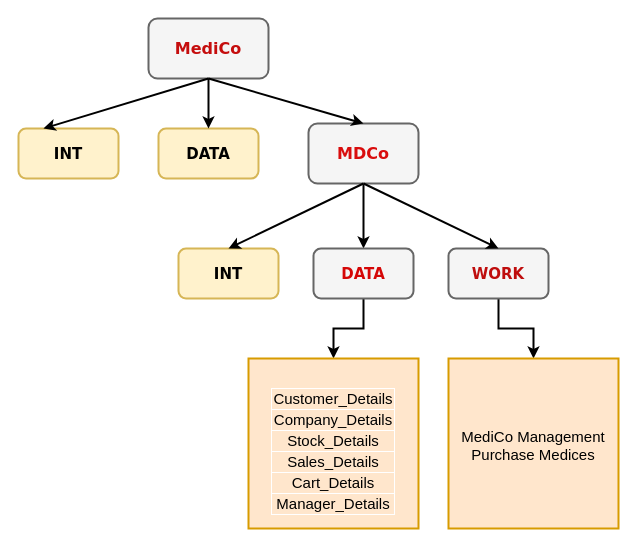
The draw.io diagram prathyusha_pega.drawio in ChanumoluGayathri/System_Design, before the edit. Source tidied: cells renumbered, new cells numbered last; positions are measured from the earlier drawing's top-left corner, leaving out a move shared by most shapes. Both pictures are drawn from the tidied source at 100%, with x=0, y=0 at pixel (18, 18).
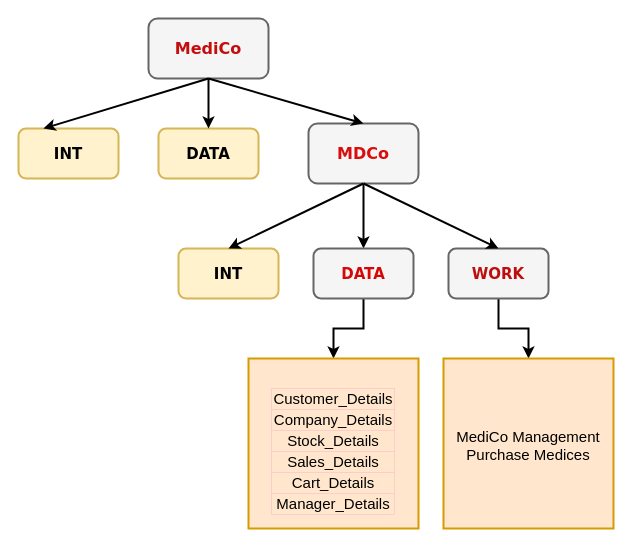
After the change.

The edit, as a diff of the source:
```diff
@@
 <mxGraphModel>
   <root>
     <mxCell id="0" />
     <mxCell id="1" parent="0" />
     <mxCell id="2" value="&lt;font size=&quot;1&quot; color=&quot;#c50d0d&quot; style=&quot;&quot; face=&quot;Verdana&quot;&gt;&lt;b style=&quot;font-size: 16px;&quot;&gt;MediCo&lt;/b&gt;&lt;/font&gt;" style="rounded=1;whiteSpace=wrap;html=1;hachureGap=4;strokeWidth=2;fillColor=#f5f5f5;fontColor=#333333;strokeColor=#666666;" parent="1" vertex="1">
       <mxGeometry x="130" width="120" height="60" as="geometry" />
     </mxCell>
     <mxCell id="3" value="&lt;font size=&quot;1&quot; face=&quot;Verdana&quot; style=&quot;&quot;&gt;&lt;b style=&quot;font-size: 15px;&quot;&gt;INT&lt;/b&gt;&lt;/font&gt;" style="rounded=1;whiteSpace=wrap;html=1;hachureGap=4;strokeWidth=2;fillColor=#fff2cc;strokeColor=#d6b656;" parent="1" vertex="1">
       <mxGeometry y="110" width="100" height="50" as="geometry" />
     </mxCell>
     <mxCell id="4" style="endArrow=classic;html=1;rounded=0;hachureGap=4;exitX=0.5;exitY=1;exitDx=0;exitDy=0;entryX=0.25;entryY=0;entryDx=0;entryDy=0;strokeWidth=2;endFill=1;" parent="1" edge="1" source="2" target="3">
       <mxGeometry relative="1" as="geometry" />
     </mxCell>
     <mxCell id="5" value="&lt;font size=&quot;1&quot; face=&quot;Verdana&quot;&gt;&lt;b style=&quot;font-size: 15px;&quot;&gt;DATA&lt;/b&gt;&lt;/font&gt;" style="rounded=1;whiteSpace=wrap;html=1;hachureGap=4;strokeWidth=2;fillColor=#fff2cc;strokeColor=#d6b656;" parent="1" vertex="1">
       <mxGeometry x="140" y="110" width="100" height="50" as="geometry" />
     </mxCell>
     <mxCell id="6" style="edgeStyle=orthogonalEdgeStyle;rounded=0;hachureGap=4;jettySize=auto;html=1;endArrow=classic;endFill=1;strokeWidth=2;" parent="1" edge="1" source="7" target="12">
       <mxGeometry relative="1" as="geometry" />
     </mxCell>
     <mxCell id="7" value="&lt;font color=&quot;#d90d0d&quot; face=&quot;Verdana&quot;&gt;&lt;span style=&quot;font-size: 16px;&quot;&gt;&lt;b&gt;MDCo&lt;/b&gt;&lt;/span&gt;&lt;/font&gt;" style="rounded=1;whiteSpace=wrap;html=1;hachureGap=4;strokeWidth=2;fillColor=#f5f5f5;fontColor=#333333;strokeColor=#666666;" parent="1" vertex="1">
       <mxGeometry x="290" y="105" width="110" height="60" as="geometry" />
     </mxCell>
     <mxCell id="8" style="endArrow=classic;html=1;rounded=0;hachureGap=4;exitX=0.5;exitY=1;exitDx=0;exitDy=0;entryX=0.5;entryY=0;entryDx=0;entryDy=0;strokeWidth=2;endFill=1;" parent="1" edge="1" source="2" target="5">
       <mxGeometry relative="1" as="geometry" />
     </mxCell>
     <mxCell id="9" style="endArrow=classic;html=1;rounded=0;hachureGap=4;exitX=0.5;exitY=1;exitDx=0;exitDy=0;entryX=0.5;entryY=0;entryDx=0;entryDy=0;strokeWidth=2;endFill=1;" parent="1" edge="1" source="2" target="7">
       <mxGeometry relative="1" as="geometry" />
     </mxCell>
     <mxCell id="10" value="&lt;font size=&quot;1&quot; face=&quot;Verdana&quot; style=&quot;&quot;&gt;&lt;b style=&quot;font-size: 15px;&quot;&gt;INT&lt;/b&gt;&lt;/font&gt;" style="rounded=1;whiteSpace=wrap;html=1;hachureGap=4;strokeWidth=2;fillColor=#fff2cc;strokeColor=#d6b656;" parent="1" vertex="1">
       <mxGeometry x="160" y="230" width="100" height="50" as="geometry" />
     </mxCell>
     <mxCell id="11" style="edgeStyle=orthogonalEdgeStyle;rounded=0;hachureGap=4;jettySize=auto;html=1;strokeWidth=2;endArrow=classic;endFill=1;" parent="1" edge="1" source="12" target="17">
       <mxGeometry relative="1" as="geometry" />
     </mxCell>
     <mxCell id="12" value="&lt;font size=&quot;1&quot; color=&quot;#d50707&quot; face=&quot;Verdana&quot;&gt;&lt;b style=&quot;font-size: 15px;&quot;&gt;DATA&lt;/b&gt;&lt;/font&gt;" style="rounded=1;whiteSpace=wrap;html=1;hachureGap=4;strokeWidth=2;fillColor=#f5f5f5;fontColor=#333333;strokeColor=#666666;" parent="1" vertex="1">
       <mxGeometry x="295" y="230" width="100" height="50" as="geometry" />
     </mxCell>
     <mxCell id="13" style="edgeStyle=orthogonalEdgeStyle;rounded=0;hachureGap=4;jettySize=auto;html=1;strokeWidth=2;endArrow=classic;endFill=1;" parent="1" edge="1" source="14" target="18">
       <mxGeometry relative="1" as="geometry" />
     </mxCell>
     <mxCell id="14" value="&lt;font size=&quot;1&quot; color=&quot;#bf0d0d&quot; face=&quot;Verdana&quot;&gt;&lt;b style=&quot;font-size: 15px;&quot;&gt;WORK&lt;/b&gt;&lt;/font&gt;" style="rounded=1;whiteSpace=wrap;html=1;hachureGap=4;strokeWidth=2;fillColor=#f5f5f5;fontColor=#333333;strokeColor=#666666;" parent="1" vertex="1">
       <mxGeometry x="430" y="230" width="100" height="50" as="geometry" />
     </mxCell>
     <mxCell id="15" style="endArrow=classic;html=1;rounded=0;hachureGap=4;exitX=0.5;exitY=1;exitDx=0;exitDy=0;entryX=0.5;entryY=0;entryDx=0;entryDy=0;strokeWidth=2;endFill=1;" parent="1" edge="1" source="7" target="10">
       <mxGeometry relative="1" as="geometry" />
     </mxCell>
     <mxCell id="16" style="endArrow=classic;html=1;rounded=0;hachureGap=4;exitX=0.5;exitY=1;exitDx=0;exitDy=0;entryX=0.5;entryY=0;entryDx=0;entryDy=0;endFill=1;strokeWidth=2;" parent="1" edge="1" source="7" target="14">
       <mxGeometry relative="1" as="geometry" />
     </mxCell>
-    <mxCell id="17" value="&lt;p style=&quot;line-height: 0%; font-size: 15px;&quot;&gt;&lt;/p&gt;&lt;table align=&quot;right&quot; style=&quot;border: 1px solid rgb(255, 255, 255); border-collapse: collapse; font-size: 15px;&quot; border=&quot;1&quot;&gt;&lt;tbody&gt;&lt;tr&gt;&lt;td&gt;&lt;font style=&quot;font-size: 15px;&quot;&gt;Customer_Details&lt;/font&gt;&lt;/td&gt;&lt;/tr&gt;&lt;tr&gt;&lt;td&gt;&lt;font style=&quot;font-size: 15px;&quot;&gt;Company_Details&lt;/font&gt;&lt;/td&gt;&lt;/tr&gt;&lt;tr&gt;&lt;td&gt;&lt;font style=&quot;font-size: 15px;&quot;&gt;Stock_Details&lt;/font&gt;&lt;/td&gt;&lt;/tr&gt;&lt;tr&gt;&lt;td&gt;&lt;font style=&quot;font-size: 15px;&quot;&gt;Sales_Details&lt;/font&gt;&lt;/td&gt;&lt;/tr&gt;&lt;tr&gt;&lt;td&gt;&lt;font style=&quot;font-size: 15px;&quot;&gt;Cart_Details&lt;/font&gt;&lt;/td&gt;&lt;/tr&gt;&lt;tr&gt;&lt;td&gt;&lt;font style=&quot;font-size: 15px;&quot;&gt;Manager_Details&lt;/font&gt;&lt;/td&gt;&lt;/tr&gt;&lt;/tbody&gt;&lt;/table&gt;&lt;p style=&quot;font-size: 15px;&quot;&gt;&lt;/p&gt;" style="whiteSpace=wrap;html=1;hachureGap=4;strokeWidth=2;fillColor=#ffe6cc;strokeColor=#d79b00;" parent="1" vertex="1">
+    <mxCell id="17" value="&lt;p style=&quot;line-height: 0%; font-size: 15px;&quot;&gt;&lt;/p&gt;&lt;table align=&quot;right&quot; style=&quot;border: 1px solid rgb(255, 204, 204); border-collapse: collapse; font-size: 15px;&quot; border=&quot;1&quot;&gt;&lt;tbody&gt;&lt;tr&gt;&lt;td&gt;&lt;font style=&quot;font-size: 15px;&quot;&gt;Customer_Details&lt;/font&gt;&lt;/td&gt;&lt;/tr&gt;&lt;tr&gt;&lt;td&gt;&lt;font style=&quot;font-size: 15px;&quot;&gt;Company_Details&lt;/font&gt;&lt;/td&gt;&lt;/tr&gt;&lt;tr&gt;&lt;td&gt;&lt;font style=&quot;font-size: 15px;&quot;&gt;Stock_Details&lt;/font&gt;&lt;/td&gt;&lt;/tr&gt;&lt;tr&gt;&lt;td&gt;&lt;font style=&quot;font-size: 15px;&quot;&gt;Sales_Details&lt;/font&gt;&lt;/td&gt;&lt;/tr&gt;&lt;tr&gt;&lt;td&gt;&lt;font style=&quot;font-size: 15px;&quot;&gt;Cart_Details&lt;/font&gt;&lt;/td&gt;&lt;/tr&gt;&lt;tr&gt;&lt;td&gt;&lt;font style=&quot;font-size: 15px;&quot;&gt;Manager_Details&lt;/font&gt;&lt;/td&gt;&lt;/tr&gt;&lt;/tbody&gt;&lt;/table&gt;&lt;p style=&quot;font-size: 15px;&quot;&gt;&lt;/p&gt;" style="whiteSpace=wrap;html=1;hachureGap=4;strokeWidth=2;fillColor=#ffe6cc;strokeColor=#d79b00;" parent="1" vertex="1">
       <mxGeometry x="230" y="340" width="170" height="170" as="geometry" />
     </mxCell>
     <mxCell id="18" value="&lt;p style=&quot;line-height: 130%; font-size: 16px;&quot;&gt;&lt;/p&gt;&lt;font style=&quot;font-size: 15px;&quot;&gt;MediCo Management&lt;br&gt;Purchase Medices&lt;/font&gt;&lt;br&gt;&lt;p&gt;&lt;/p&gt;" style="whiteSpace=wrap;html=1;hachureGap=4;strokeWidth=2;fillColor=#ffe6cc;strokeColor=#d79b00;" parent="1" vertex="1">
-      <mxGeometry x="430" y="340" width="170" height="170" as="geometry" />
+      <mxGeometry x="425" y="340" width="170" height="170" as="geometry" />
     </mxCell>
   </root>
 </mxGraphModel>
```
